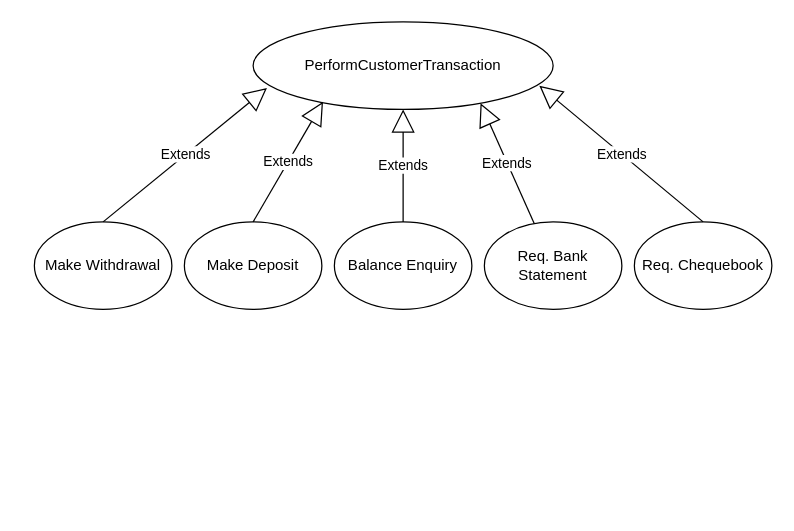
Above: EE2010 Wk2 B.drawio in owenpmorgan/UML_diag_practice (draw.io), before the change. Source tidied: cells renumbered, new cells numbered last; positions are measured from the earlier drawing's top-left corner, leaving out a move shared by most shapes. Both pictures are drawn from the tidied source at 125%, with x=0, y=0 at pixel (34, 21).
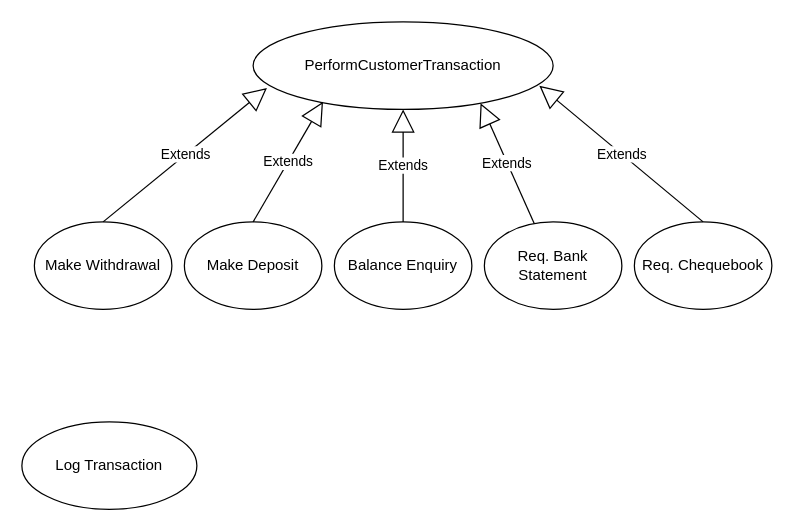
The same diagram, later.

Diff of the diagram source:
```diff
@@
 <mxGraphModel>
   <root>
     <mxCell id="0" />
     <mxCell id="1" parent="0" />
     <mxCell id="2" value="PerformCustomerTransaction" style="ellipse;whiteSpace=wrap;html=1;" parent="1" vertex="1">
       <mxGeometry x="175" width="240" height="70" as="geometry" />
     </mxCell>
     <mxCell id="3" value="Make Withdrawal" style="ellipse;whiteSpace=wrap;html=1;" parent="1" vertex="1">
       <mxGeometry y="160" width="110" height="70" as="geometry" />
     </mxCell>
     <mxCell id="4" value="Make Deposit" style="ellipse;whiteSpace=wrap;html=1;" parent="1" vertex="1">
       <mxGeometry x="120" y="160" width="110" height="70" as="geometry" />
     </mxCell>
     <mxCell id="5" value="Balance Enquiry" style="ellipse;whiteSpace=wrap;html=1;" parent="1" vertex="1">
       <mxGeometry x="240" y="160" width="110" height="70" as="geometry" />
     </mxCell>
     <mxCell id="6" value="Req. Bank Statement" style="ellipse;whiteSpace=wrap;html=1;" parent="1" vertex="1">
       <mxGeometry x="360" y="160" width="110" height="70" as="geometry" />
     </mxCell>
     <mxCell id="7" value="Req. Chequebook" style="ellipse;whiteSpace=wrap;html=1;" parent="1" vertex="1">
       <mxGeometry x="480" y="160" width="110" height="70" as="geometry" />
     </mxCell>
     <mxCell id="8" value="Extends" style="endArrow=block;endSize=16;endFill=0;html=1;rounded=0;exitX=0.5;exitY=0;exitDx=0;exitDy=0;entryX=0.046;entryY=0.757;entryDx=0;entryDy=0;entryPerimeter=0;" parent="1" edge="1" source="3" target="2">
       <mxGeometry relative="1" as="geometry" />
     </mxCell>
     <mxCell id="9" value="Extends" style="endArrow=block;endSize=16;endFill=0;html=1;rounded=0;exitX=0.5;exitY=0;exitDx=0;exitDy=0;entryX=0.233;entryY=0.914;entryDx=0;entryDy=0;entryPerimeter=0;" parent="1" edge="1" source="4" target="2">
       <mxGeometry relative="1" as="geometry" />
     </mxCell>
     <mxCell id="10" value="Extends" style="endArrow=block;endSize=16;endFill=0;html=1;rounded=0;exitX=0.5;exitY=0;exitDx=0;exitDy=0;entryX=0.5;entryY=1;entryDx=0;entryDy=0;" parent="1" edge="1" source="5" target="2">
       <mxGeometry relative="1" as="geometry" />
     </mxCell>
     <mxCell id="11" value="Extends" style="endArrow=block;endSize=16;endFill=0;html=1;rounded=0;entryX=0.758;entryY=0.929;entryDx=0;entryDy=0;entryPerimeter=0;" parent="1" edge="1" source="6" target="2">
       <mxGeometry relative="1" as="geometry" />
     </mxCell>
     <mxCell id="12" value="Extends" style="endArrow=block;endSize=16;endFill=0;html=1;rounded=0;exitX=0.5;exitY=0;exitDx=0;exitDy=0;entryX=0.954;entryY=0.729;entryDx=0;entryDy=0;entryPerimeter=0;" parent="1" edge="1" source="7" target="2">
       <mxGeometry relative="1" as="geometry" />
     </mxCell>
+    <mxCell id="13" value="Log Transaction" style="ellipse;whiteSpace=wrap;html=1;" parent="1" vertex="1">
+      <mxGeometry x="-10" y="320" width="140" height="70" as="geometry" />
+    </mxCell>
   </root>
 </mxGraphModel>
```
